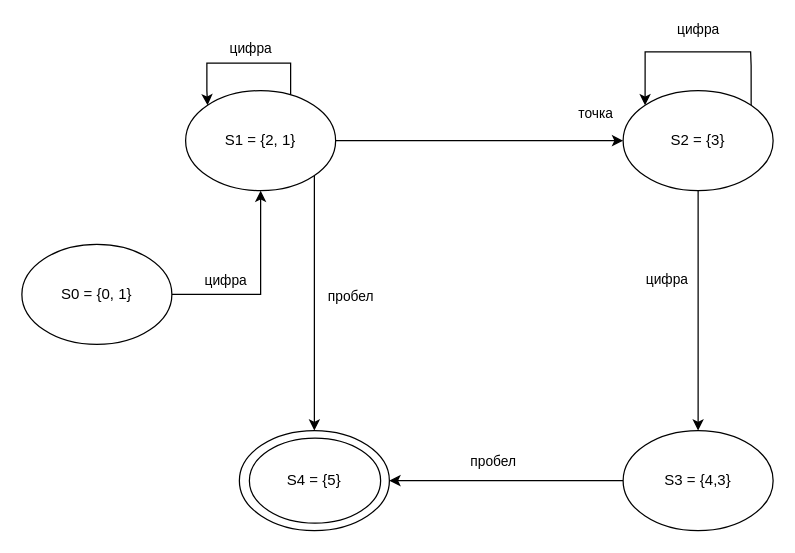
The draw.io diagram Теория языков программирования/1/Детерминированный для чисел.drawio in GREBIAR-Git/6_Semester, before the edit. Source tidied: cells renumbered, new cells numbered last; positions are measured from the earlier drawing's top-left corner, leaving out a move shared by most shapes. Both pictures are drawn from the tidied source at 125%, with x=0, y=0 at pixel (21, 51).
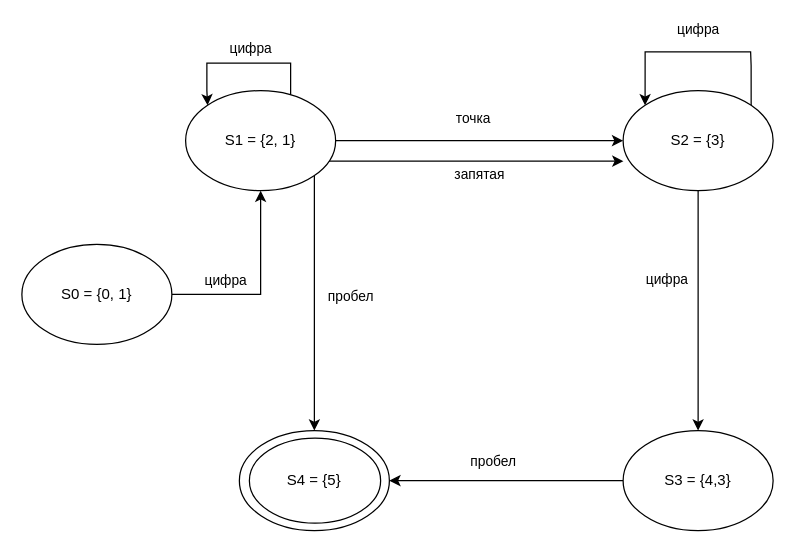
The same diagram, later.

The change refers to these unchanged cells:
```xml
<mxCell id="7" value="S1 = {2, 1}" style="ellipse;whiteSpace=wrap;html=1;" parent="1" vertex="1">
  <mxGeometry x="131" y="31" width="120" height="80" as="geometry" />
</mxCell>
<mxCell id="10" value="S2 = {3}" style="ellipse;whiteSpace=wrap;html=1;" parent="1" vertex="1">
  <mxGeometry x="481" y="31" width="120" height="80" as="geometry" />
</mxCell>
```

The edit, as a diff of the source:
```diff
@@
-    <mxCell id="5" value="точка" style="edgeStyle=orthogonalEdgeStyle;rounded=0;jettySize=auto;html=1;entryX=0;entryY=0.5;entryDx=0;entryDy=0;" parent="1" edge="1" source="7" target="10">
-      <mxGeometry x="0.81" y="22" relative="1" as="geometry" />
+    <mxCell id="5" value="точка" style="edgeStyle=orthogonalEdgeStyle;rounded=0;jettySize=auto;html=1;" parent="1" edge="1" source="7" target="10">
+      <mxGeometry x="-0.04" y="18" relative="1" as="geometry">
+        <Array as="points">
+          <mxPoint x="397" y="71" />
+          <mxPoint x="397" y="71" />
+        </Array>
+      </mxGeometry>
     </mxCell>
@@
+    <mxCell id="16" value="запятая" style="edgeStyle=orthogonalEdgeStyle;rounded=0;jettySize=auto;html=1;entryX=0.002;entryY=0.705;entryDx=0;entryDy=0;entryPerimeter=0;" parent="1" edge="1" source="7" target="10">
+      <mxGeometry x="0.02" y="-11" relative="1" as="geometry">
+        <Array as="points">
+          <mxPoint x="481" y="87" />
+          <mxPoint x="481" y="87" />
+        </Array>
+      </mxGeometry>
+    </mxCell>
```
